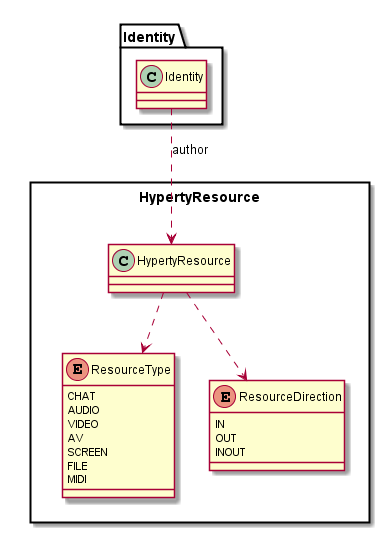
This is docs/datamodel/data-objects/communication/Hyperty-Resource-Data-Object-Model.png from reTHINK-project/dev-service-framework, a PlantUML export, as it was before one commit. The source it was exported from:
```plantuml
@startuml "../../docs/datamodel/data-objects/communication/Hyperty-Resource-Data-Object-Model.png"

package HypertyResource <<Rect>> {

	class HypertyResource {
	}

	enum ResourceType {
		CHAT
		AUDIO
		VIDEO
		AV
		SCREEN
		FILE
		MIDI
	}

	enum ResourceDirection {
		IN
		OUT
		INOUT
	}

	HypertyResource ..> ResourceType
	HypertyResource ..> ResourceDirection
	Identity.Identity ..> HypertyResource: author
}

@enduml
```
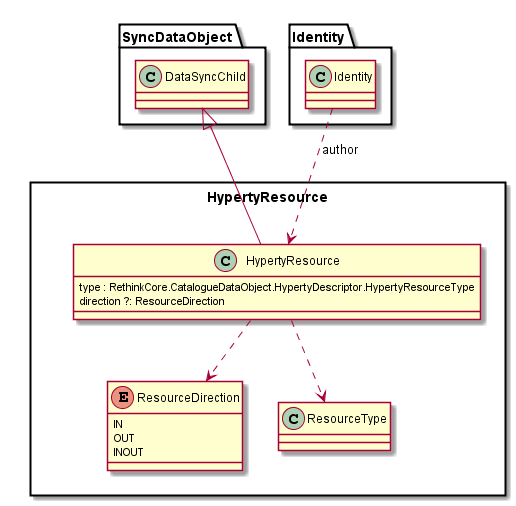
After the commit.

Commit message:
Communication and Hyperty Resource model completed to be usable for WP5

The edit, as a diff of the source:
```diff
@@ -3,17 +3,10 @@
 package HypertyResource <<Rect>> {
 
 	class HypertyResource {
+		type : RethinkCore.CatalogueDataObject.HypertyDescriptor.HypertyResourceType
+		direction ?: ResourceDirection
 	}
 
-	enum ResourceType {
-		CHAT
-		AUDIO
-		VIDEO
-		AV
-		SCREEN
-		FILE
-		MIDI
-	}
 
 	enum ResourceDirection {
 		IN
@@ -21,6 +14,7 @@
 		INOUT
 	}
 
+	HypertyResource -up-|> SyncDataObject.DataSyncChild
 	HypertyResource ..> ResourceType
 	HypertyResource ..> ResourceDirection
 	Identity.Identity ..> HypertyResource: author
```
